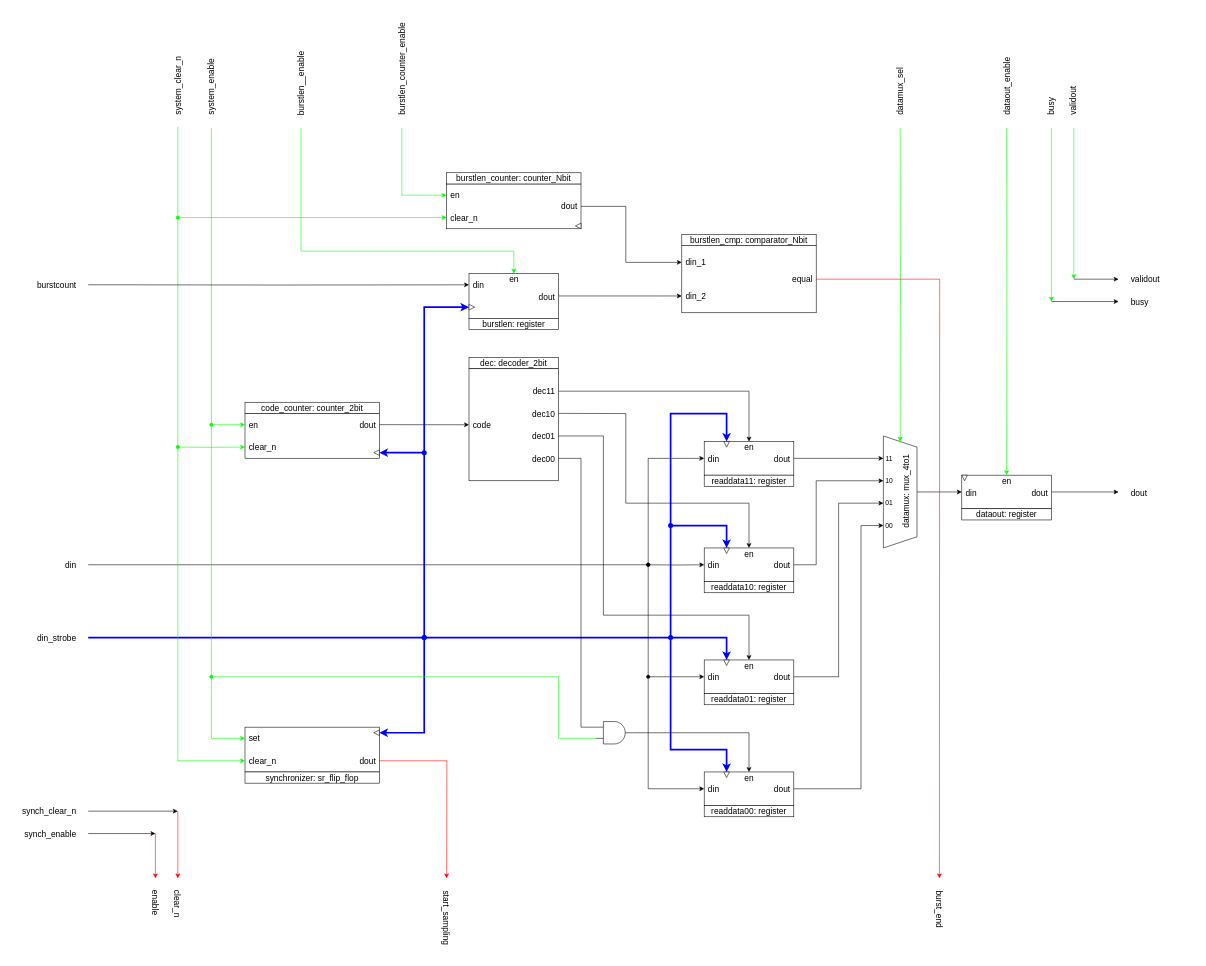
Earlier version of the draw.io diagram page "synchronizer: RTL" (5 of 10) of IP_cores/AvalonMM_to_hRAM/SSRAM_to_hRAM_v1/rtl/SSRAM_to_hRAM.drawio (AndreaBononi/IP_cores). Source tidied: cells renumbered, new cells numbered last; positions are measured from the earlier drawing's top-left corner, leaving out a move shared by most shapes. Both pictures are drawn from the tidied source at 56%, with x=0, y=0 at pixel (10, 54).
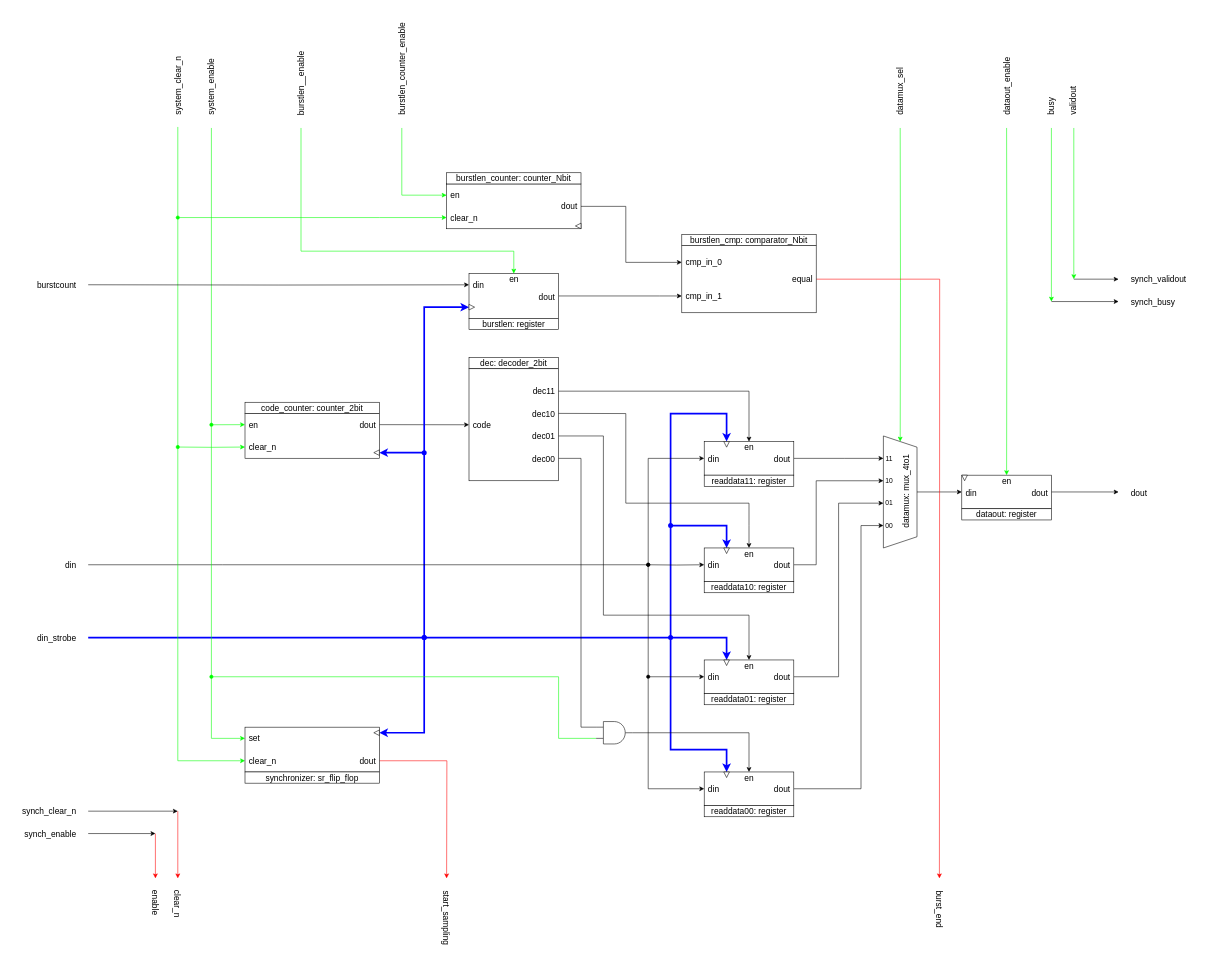
The same diagram, later.

Diff of the diagram source:
```diff
@@
-    <mxCell id="91" value="&lt;font style=&quot;font-size: 15px;&quot;&gt;validout&lt;/font&gt;" style="text;html=1;align=left;verticalAlign=middle;strokeColor=none;fillColor=none;" parent="1" vertex="1">
-      <mxGeometry x="2000" y="386" width="70" height="30" as="geometry" />
+    <mxCell id="91" value="&lt;font style=&quot;font-size: 15px;&quot;&gt;synch_validout&lt;/font&gt;" style="text;html=1;align=left;verticalAlign=middle;strokeColor=none;fillColor=none;" parent="1" vertex="1">
+      <mxGeometry x="2000" y="386" width="120" height="30" as="geometry" />
     </mxCell>
@@
-    <mxCell id="115" value="&lt;font style=&quot;font-size: 15px;&quot;&gt;din_1&lt;/font&gt;" style="text;html=1;align=left;verticalAlign=middle;strokeColor=none;fillColor=none;" parent="1" vertex="1">
-      <mxGeometry x="1205" y="356" width="60" height="30" as="geometry" />
+    <mxCell id="115" value="&lt;font style=&quot;font-size: 15px;&quot;&gt;cmp_in_0&lt;/font&gt;" style="text;html=1;align=left;verticalAlign=middle;strokeColor=none;fillColor=none;" parent="1" vertex="1">
+      <mxGeometry x="1205" y="356" width="90" height="30" as="geometry" />
     </mxCell>
-    <mxCell id="116" value="&lt;font style=&quot;font-size: 15px;&quot;&gt;din_2&lt;/font&gt;" style="text;html=1;align=left;verticalAlign=middle;strokeColor=none;fillColor=none;" parent="1" vertex="1">
-      <mxGeometry x="1205" y="416" width="60" height="30" as="geometry" />
+    <mxCell id="116" value="&lt;font style=&quot;font-size: 15px;&quot;&gt;cmp_in_1&lt;/font&gt;" style="text;html=1;align=left;verticalAlign=middle;strokeColor=none;fillColor=none;" parent="1" vertex="1">
+      <mxGeometry x="1205" y="416" width="90" height="30" as="geometry" />
     </mxCell>
@@
-    <mxCell id="131" value="&lt;font style=&quot;font-size: 15px;&quot;&gt;busy&lt;/font&gt;" style="text;html=1;align=left;verticalAlign=middle;strokeColor=none;fillColor=none;" parent="1" vertex="1">
-      <mxGeometry x="2000" y="426" width="50" height="30" as="geometry" />
+    <mxCell id="131" value="&lt;font style=&quot;font-size: 15px;&quot;&gt;synch_busy&lt;/font&gt;" style="text;html=1;align=left;verticalAlign=middle;strokeColor=none;fillColor=none;" parent="1" vertex="1">
+      <mxGeometry x="2000" y="426" width="100" height="30" as="geometry" />
     </mxCell>
```
